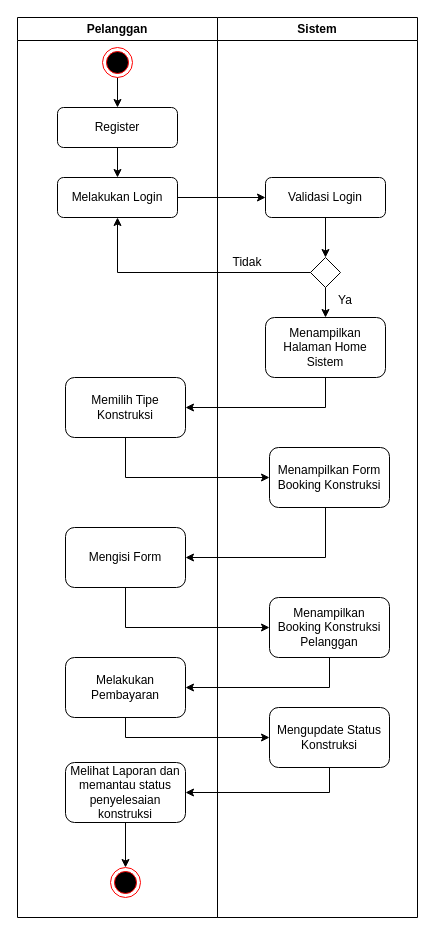
Above: page "Melakukan booking" (6 of 11) of Activity Diagram Booking Konstruksi.drawio in andremp12/Matkul_Proyek-Andre-Mahesa-putra (draw.io), before the change. Source tidied: cells renumbered, new cells numbered last; positions are measured from the earlier drawing's top-left corner, leaving out a move shared by most shapes. Both pictures are drawn from the tidied source at 100%, with x=0, y=0 at pixel (17, 17).
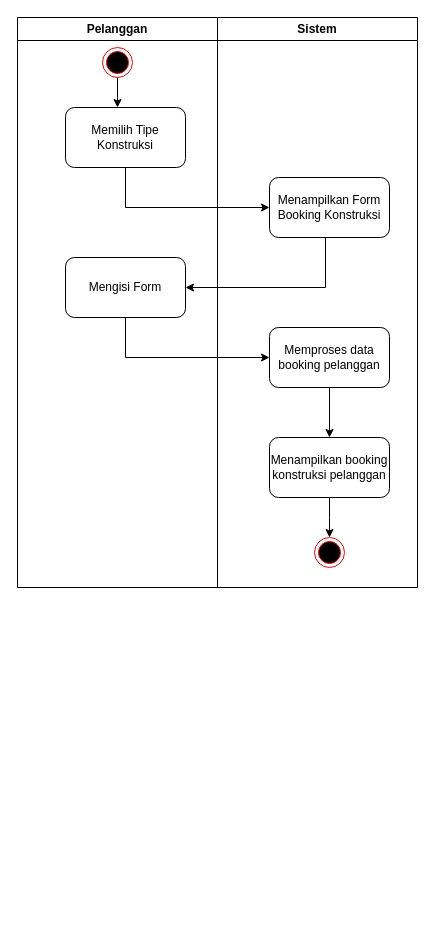
After the change.

Diff of the diagram source:
```diff
@@
     <mxCell id="2" value="Pelanggan" style="swimlane;whiteSpace=wrap;html=1;startSize=23;" parent="1" vertex="1">
-      <mxGeometry width="200" height="900" as="geometry" />
+      <mxGeometry width="200" height="570" as="geometry" />
     </mxCell>
     <mxCell id="3" value="Sistem" style="swimlane;whiteSpace=wrap;html=1;startSize=23;" parent="2" vertex="1">
-      <mxGeometry x="200" width="200" height="900" as="geometry" />
+      <mxGeometry x="200" width="200" height="570" as="geometry" />
     </mxCell>
-    <mxCell id="4" value="Menampilkan Halaman Home Sistem" style="rounded=1;whiteSpace=wrap;html=1;" parent="3" vertex="1">
-      <mxGeometry x="48" y="300" width="120" height="60" as="geometry" />
-    </mxCell>
+    <mxCell id="34" style="edgeStyle=orthogonalEdgeStyle;rounded=0;jettySize=auto;html=1;" parent="3" edge="1" source="35">
+      <mxGeometry relative="1" as="geometry">
+        <mxPoint x="112" y="520" as="targetPoint" />
+      </mxGeometry>
+    </mxCell>
+    <mxCell id="35" value="Menampilkan booking konstruksi pelanggan" style="whiteSpace=wrap;html=1;rounded=1;" parent="3" vertex="1">
+      <mxGeometry x="52" y="420" width="120" height="60" as="geometry" />
+    </mxCell>
+    <mxCell id="36" style="ellipse;html=1;shape=endState;fillColor=#000000;strokeColor=#ff0000;" parent="3" vertex="1">
+      <mxGeometry x="97" y="520" width="30" height="30" as="geometry" />
+    </mxCell>
+    <mxCell id="27" style="edgeStyle=orthogonalEdgeStyle;rounded=0;jettySize=auto;html=1;entryX=0.5;entryY=0;entryDx=0;entryDy=0;" parent="2" edge="1" source="28">
+      <mxGeometry relative="1" as="geometry">
+        <mxPoint x="100" y="90" as="targetPoint" />
+      </mxGeometry>
+    </mxCell>
+    <mxCell id="28" style="ellipse;html=1;shape=endState;fillColor=#000000;strokeColor=#ff0000;" parent="2" vertex="1">
+      <mxGeometry x="85" y="30" width="30" height="30" as="geometry" />
+    </mxCell>
-    <mxCell id="5" value="Menampilkan Form Booking Konstruksi" style="rounded=1;whiteSpace=wrap;html=1;" parent="3" vertex="1">
-      <mxGeometry x="52" y="430" width="120" height="60" as="geometry" />
+    <mxCell id="5" value="Menampilkan Form Booking Konstruksi" style="rounded=1;whiteSpace=wrap;html=1;" parent="2" vertex="1">
+      <mxGeometry x="252" y="160" width="120" height="60" as="geometry" />
     </mxCell>
+    <mxCell id="37" style="edgeStyle=orthogonalEdgeStyle;rounded=0;jettySize=auto;html=1;" parent="2" edge="1" source="6" target="35">
+      <mxGeometry relative="1" as="geometry" />
+    </mxCell>
-    <mxCell id="6" value="Menampilkan Booking Konstruksi Pelanggan" style="rounded=1;whiteSpace=wrap;html=1;" parent="3" vertex="1">
-      <mxGeometry x="52" y="580" width="120" height="60" as="geometry" />
+    <mxCell id="6" value="Memproses data booking pelanggan" style="rounded=1;whiteSpace=wrap;html=1;" parent="2" vertex="1">
+      <mxGeometry x="252" y="310" width="120" height="60" as="geometry" />
     </mxCell>
-    <mxCell id="7" value="Mengupdate Status Konstruksi" style="rounded=1;whiteSpace=wrap;html=1;" parent="3" vertex="1">
-      <mxGeometry x="52" y="690" width="120" height="60" as="geometry" />
-    </mxCell>
-    <mxCell id="8" value="Mengisi Form" style="rounded=1;whiteSpace=wrap;html=1;" parent="3" vertex="1">
-      <mxGeometry x="-152" y="510" width="120" height="60" as="geometry" />
+    <mxCell id="8" value="Mengisi Form" style="rounded=1;whiteSpace=wrap;html=1;" parent="2" vertex="1">
+      <mxGeometry x="48" y="240" width="120" height="60" as="geometry" />
     </mxCell>
-    <mxCell id="9" style="edgeStyle=orthogonalEdgeStyle;rounded=0;jettySize=auto;html=1;entryX=0;entryY=0.5;entryDx=0;entryDy=0;" parent="3" edge="1" source="8" target="6">
+    <mxCell id="9" style="edgeStyle=orthogonalEdgeStyle;rounded=0;jettySize=auto;html=1;entryX=0;entryY=0.5;entryDx=0;entryDy=0;" parent="2" edge="1" source="8" target="6">
       <mxGeometry relative="1" as="geometry">
         <Array as="points">
-          <mxPoint x="-92" y="610" />
+          <mxPoint x="108" y="340" />
         </Array>
       </mxGeometry>
     </mxCell>
-    <mxCell id="10" style="edgeStyle=orthogonalEdgeStyle;rounded=0;jettySize=auto;html=1;entryX=1;entryY=0.5;entryDx=0;entryDy=0;" parent="3" edge="1" source="5" target="8">
+    <mxCell id="10" style="edgeStyle=orthogonalEdgeStyle;rounded=0;jettySize=auto;html=1;entryX=1;entryY=0.5;entryDx=0;entryDy=0;" parent="2" edge="1" source="5" target="8">
       <mxGeometry relative="1" as="geometry">
         <Array as="points">
-          <mxPoint x="108" y="540" />
+          <mxPoint x="308" y="270" />
         </Array>
       </mxGeometry>
     </mxCell>
-    <mxCell id="11" value="Memilih Tipe Konstruksi" style="rounded=1;whiteSpace=wrap;html=1;" parent="3" vertex="1">
-      <mxGeometry x="-152" y="360" width="120" height="60" as="geometry" />
+    <mxCell id="11" value="Memilih Tipe Konstruksi" style="rounded=1;whiteSpace=wrap;html=1;" parent="2" vertex="1">
+      <mxGeometry x="48" y="90" width="120" height="60" as="geometry" />
     </mxCell>
-    <mxCell id="12" style="edgeStyle=orthogonalEdgeStyle;rounded=0;jettySize=auto;html=1;" parent="3" edge="1" source="4" target="11">
-      <mxGeometry relative="1" as="geometry">
-        <Array as="points">
-          <mxPoint x="108" y="390" />
-          <mxPoint x="-92" y="390" />
-        </Array>
-      </mxGeometry>
-    </mxCell>
-    <mxCell id="13" style="edgeStyle=orthogonalEdgeStyle;rounded=0;jettySize=auto;html=1;" parent="3" edge="1" source="11" target="5">
+    <mxCell id="13" style="edgeStyle=orthogonalEdgeStyle;rounded=0;jettySize=auto;html=1;" parent="2" edge="1" source="11" target="5">
       <mxGeometry relative="1" as="geometry">
         <Array as="points">
-          <mxPoint x="-92" y="460" />
+          <mxPoint x="108" y="190" />
         </Array>
       </mxGeometry>
     </mxCell>
-    <mxCell id="14" value="Melakukan Pembayaran" style="rounded=1;whiteSpace=wrap;html=1;" parent="3" vertex="1">
-      <mxGeometry x="-152" y="640" width="120" height="60" as="geometry" />
-    </mxCell>
-    <mxCell id="15" style="edgeStyle=orthogonalEdgeStyle;rounded=0;jettySize=auto;html=1;entryX=0;entryY=0.5;entryDx=0;entryDy=0;" parent="3" edge="1" source="14" target="7">
-      <mxGeometry relative="1" as="geometry">
-        <Array as="points">
-          <mxPoint x="-92" y="720" />
-        </Array>
-      </mxGeometry>
-    </mxCell>
-    <mxCell id="16" style="edgeStyle=orthogonalEdgeStyle;rounded=0;jettySize=auto;html=1;entryX=1;entryY=0.5;entryDx=0;entryDy=0;" parent="3" edge="1" source="6" target="14">
-      <mxGeometry relative="1" as="geometry">
-        <Array as="points">
-          <mxPoint x="112" y="670" />
-        </Array>
-      </mxGeometry>
-    </mxCell>
-    <mxCell id="17" style="edgeStyle=orthogonalEdgeStyle;rounded=0;jettySize=auto;html=1;" parent="3" edge="1" source="18" target="20">
-      <mxGeometry relative="1" as="geometry" />
-    </mxCell>
-    <mxCell id="18" value="Melihat Laporan dan memantau status penyelesaian konstruksi" style="rounded=1;whiteSpace=wrap;html=1;" parent="3" vertex="1">
-      <mxGeometry x="-152" y="745" width="120" height="60" as="geometry" />
-    </mxCell>
-    <mxCell id="19" style="edgeStyle=orthogonalEdgeStyle;rounded=0;jettySize=auto;html=1;entryX=1;entryY=0.5;entryDx=0;entryDy=0;" parent="3" edge="1" source="7" target="18">
-      <mxGeometry relative="1" as="geometry">
-        <Array as="points">
-          <mxPoint x="112" y="775" />
-        </Array>
-      </mxGeometry>
-    </mxCell>
-    <mxCell id="20" style="ellipse;html=1;shape=endState;fillColor=#000000;strokeColor=#ff0000;" parent="3" vertex="1">
-      <mxGeometry x="-107" y="850" width="30" height="30" as="geometry" />
-    </mxCell>
-    <mxCell id="21" style="edgeStyle=orthogonalEdgeStyle;rounded=0;jettySize=auto;html=1;entryX=0.5;entryY=0;entryDx=0;entryDy=0;" parent="3" edge="1" source="22" target="24">
-      <mxGeometry relative="1" as="geometry" />
-    </mxCell>
-    <mxCell id="22" value="Validasi Login" style="rounded=1;whiteSpace=wrap;html=1;" parent="3" vertex="1">
-      <mxGeometry x="48" y="160" width="120" height="40" as="geometry" />
-    </mxCell>
-    <mxCell id="23" style="edgeStyle=orthogonalEdgeStyle;rounded=0;jettySize=auto;html=1;entryX=0.5;entryY=0;entryDx=0;entryDy=0;" parent="3" edge="1" source="24" target="4">
-      <mxGeometry relative="1" as="geometry" />
-    </mxCell>
-    <mxCell id="24" style="rhombus;whiteSpace=wrap;html=1;" parent="3" vertex="1">
-      <mxGeometry x="93" y="240" width="30" height="30" as="geometry" />
-    </mxCell>
-    <mxCell id="25" value="Tidak" style="text;html=1;align=center;verticalAlign=middle;whiteSpace=wrap;rounded=0;" parent="3" vertex="1">
-      <mxGeometry y="230" width="60" height="30" as="geometry" />
-    </mxCell>
-    <mxCell id="26" value="Ya" style="text;html=1;align=center;verticalAlign=middle;whiteSpace=wrap;rounded=0;" parent="3" vertex="1">
-      <mxGeometry x="98" y="268" width="60" height="30" as="geometry" />
-    </mxCell>
-    <mxCell id="27" style="edgeStyle=orthogonalEdgeStyle;rounded=0;jettySize=auto;html=1;entryX=0.5;entryY=0;entryDx=0;entryDy=0;" parent="2" edge="1" source="28" target="30">
-      <mxGeometry relative="1" as="geometry" />
-    </mxCell>
-    <mxCell id="28" style="ellipse;html=1;shape=endState;fillColor=#000000;strokeColor=#ff0000;" parent="2" vertex="1">
-      <mxGeometry x="85" y="30" width="30" height="30" as="geometry" />
-    </mxCell>
-    <mxCell id="29" style="edgeStyle=orthogonalEdgeStyle;rounded=0;jettySize=auto;html=1;entryX=0.5;entryY=0;entryDx=0;entryDy=0;" parent="2" edge="1" source="30" target="32">
-      <mxGeometry relative="1" as="geometry" />
-    </mxCell>
-    <mxCell id="30" value="Register" style="rounded=1;whiteSpace=wrap;html=1;" parent="2" vertex="1">
-      <mxGeometry x="40" y="90" width="120" height="40" as="geometry" />
-    </mxCell>
-    <mxCell id="31" style="edgeStyle=orthogonalEdgeStyle;rounded=0;jettySize=auto;html=1;entryX=0;entryY=0.5;entryDx=0;entryDy=0;" parent="2" edge="1" source="32" target="22">
-      <mxGeometry relative="1" as="geometry" />
-    </mxCell>
-    <mxCell id="32" value="Melakukan Login" style="rounded=1;whiteSpace=wrap;html=1;" parent="2" vertex="1">
-      <mxGeometry x="40" y="160" width="120" height="40" as="geometry" />
-    </mxCell>
-    <mxCell id="33" style="edgeStyle=orthogonalEdgeStyle;rounded=0;jettySize=auto;html=1;entryX=0.5;entryY=1;entryDx=0;entryDy=0;" parent="2" edge="1" source="24" target="32">
-      <mxGeometry relative="1" as="geometry" />
-    </mxCell>
```
